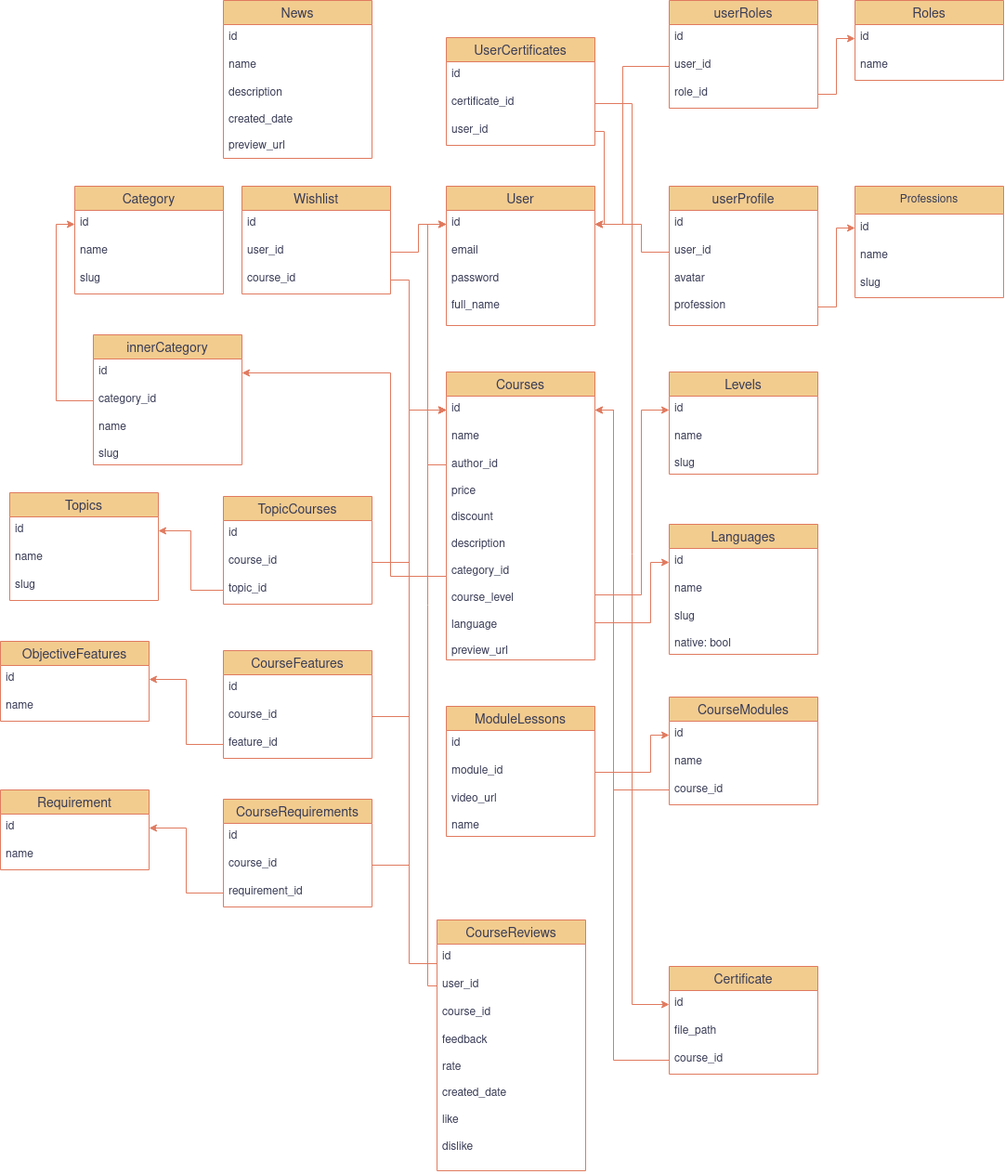
Above: edu_db.png in ITC-38/education_website (draw.io), before the change. Source tidied: cells renumbered, new cells last; positions are measured from the earlier drawing's top-left corner, leaving out a move shared by most shapes.
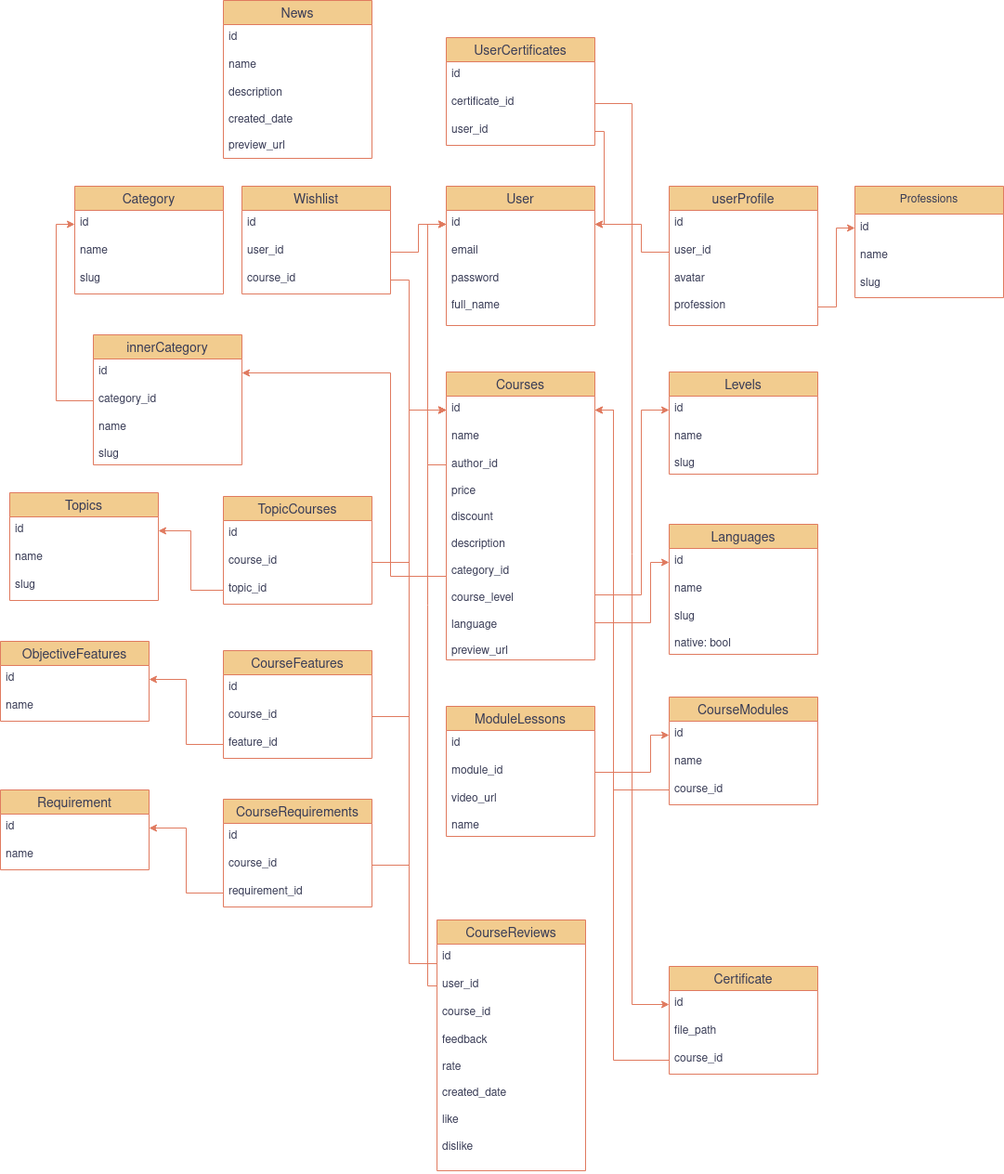
After the change.

Commit message:
hotfix/db_schema

Change to the diagram source:
```diff
@@ -310,30 +310,6 @@
     <mxCell id="92" value="&lt;div&gt;description&lt;/div&gt;&lt;div&gt;&lt;br&gt;&lt;/div&gt;&lt;div&gt;created_date&lt;br&gt;&lt;/div&gt;&lt;div&gt;&lt;br&gt;&lt;/div&gt;&lt;div&gt;preview_url&lt;br&gt;&lt;/div&gt;" style="text;strokeColor=none;fillColor=none;spacingLeft=4;spacingRight=4;overflow=hidden;fontSize=12;whiteSpace=wrap;html=1;fontColor=#393C56;labelBackgroundColor=none;" parent="89" vertex="1">
       <mxGeometry y="86" width="160" height="84" as="geometry" />
     </mxCell>
-    <mxCell id="93" value="Roles" style="swimlane;fontStyle=0;horizontal=1;startSize=26;align=center;fontSize=14;strokeColor=#E07A5F;fontColor=#393C56;fillColor=#F2CC8F;labelBackgroundColor=none;" parent="1" vertex="1">
-      <mxGeometry x="920" width="160" height="86" as="geometry" />
-    </mxCell>
-    <mxCell id="94" value="id" style="text;strokeColor=none;fillColor=none;spacingLeft=4;spacingRight=4;overflow=hidden;points=[[0,0.5],[1,0.5]];portConstraint=eastwest;fontSize=12;whiteSpace=wrap;html=1;fontColor=#393C56;labelBackgroundColor=none;" parent="93" vertex="1">
-      <mxGeometry y="26" width="160" height="30" as="geometry" />
-    </mxCell>
-    <mxCell id="95" value="name" style="text;strokeColor=none;fillColor=none;spacingLeft=4;spacingRight=4;overflow=hidden;fontSize=12;whiteSpace=wrap;html=1;fontColor=#393C56;labelBackgroundColor=none;" parent="93" vertex="1">
-      <mxGeometry y="56" width="160" height="30" as="geometry" />
-    </mxCell>
-    <mxCell id="96" value="userRoles" style="swimlane;fontStyle=0;horizontal=1;startSize=26;align=center;fontSize=14;strokeColor=#E07A5F;fontColor=#393C56;fillColor=#F2CC8F;labelBackgroundColor=none;" parent="1" vertex="1">
-      <mxGeometry x="720" width="160" height="116" as="geometry" />
-    </mxCell>
-    <mxCell id="97" value="id" style="text;strokeColor=none;fillColor=none;spacingLeft=4;spacingRight=4;overflow=hidden;fontSize=12;whiteSpace=wrap;html=1;fontColor=#393C56;labelBackgroundColor=none;" parent="96" vertex="1">
-      <mxGeometry y="26" width="160" height="30" as="geometry" />
-    </mxCell>
-    <mxCell id="98" value="user_id" style="text;strokeColor=none;fillColor=none;spacingLeft=4;spacingRight=4;overflow=hidden;points=[[0,0.5],[1,0.5]];portConstraint=eastwest;fontSize=12;whiteSpace=wrap;html=1;fontColor=#393C56;labelBackgroundColor=none;" parent="96" vertex="1">
-      <mxGeometry y="56" width="160" height="30" as="geometry" />
-    </mxCell>
-    <mxCell id="99" value="role_id" style="text;strokeColor=none;fillColor=none;spacingLeft=4;spacingRight=4;overflow=hidden;points=[[0,0.5],[1,0.5]];portConstraint=eastwest;fontSize=12;whiteSpace=wrap;html=1;fontColor=#393C56;labelBackgroundColor=none;" parent="96" vertex="1">
-      <mxGeometry y="86" width="160" height="30" as="geometry" />
-    </mxCell>
-    <mxCell id="100" style="edgeStyle=orthogonalEdgeStyle;rounded=0;jettySize=auto;html=1;entryX=0;entryY=0.5;entryDx=0;entryDy=0;strokeColor=#E07A5F;fontColor=default;fillColor=#F2CC8F;labelBackgroundColor=none;" parent="1" edge="1" source="99" target="94">
-      <mxGeometry relative="1" as="geometry" />
-    </mxCell>
     <mxCell id="101" style="edgeStyle=orthogonalEdgeStyle;rounded=0;jettySize=auto;html=1;fillColor=#F2CC8F;strokeColor=#E07A5F;labelBackgroundColor=none;fontColor=default;" parent="1" edge="1" source="63" target="21">
       <mxGeometry relative="1" as="geometry" />
     </mxCell>
@@ -385,14 +361,6 @@
         </Array>
       </mxGeometry>
     </mxCell>
-    <mxCell id="109" style="edgeStyle=orthogonalEdgeStyle;rounded=0;jettySize=auto;html=1;fillColor=#F2CC8F;strokeColor=#E07A5F;labelBackgroundColor=none;fontColor=default;" parent="1" edge="1" source="98" target="3">
-      <mxGeometry relative="1" as="geometry">
-        <Array as="points">
-          <mxPoint x="670" y="71" />
-          <mxPoint x="670" y="241" />
-        </Array>
-      </mxGeometry>
-    </mxCell>
     <mxCell id="110" style="edgeStyle=orthogonalEdgeStyle;rounded=0;jettySize=auto;html=1;fillColor=#F2CC8F;strokeColor=#E07A5F;labelBackgroundColor=none;fontColor=default;" parent="1" edge="1" source="87" target="3">
       <mxGeometry relative="1" as="geometry">
         <Array as="points">
```
